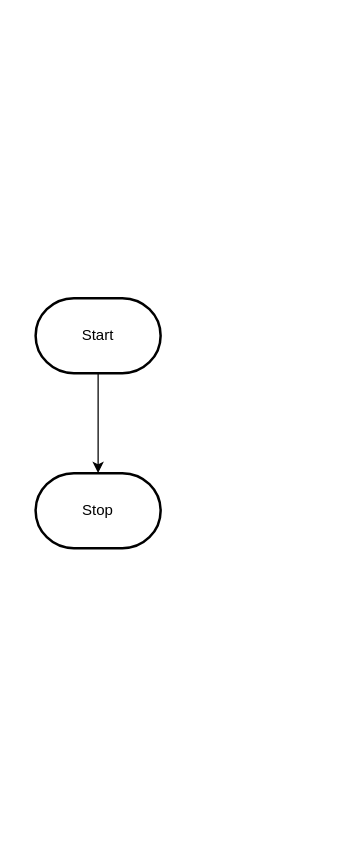
The draw.io diagram design/flowchart.drawio in MTHS-ICD2O-1-2023/ICD2O-Unit-6-02-Julianne-Leblanc-Peltier, before the edit. Source tidied: cells renumbered, new cells numbered last; positions are measured from the earlier drawing's top-left corner, leaving out a move shared by most shapes. Both pictures are drawn from the tidied source at 125%, with x=0, y=0 at pixel (35, 298).
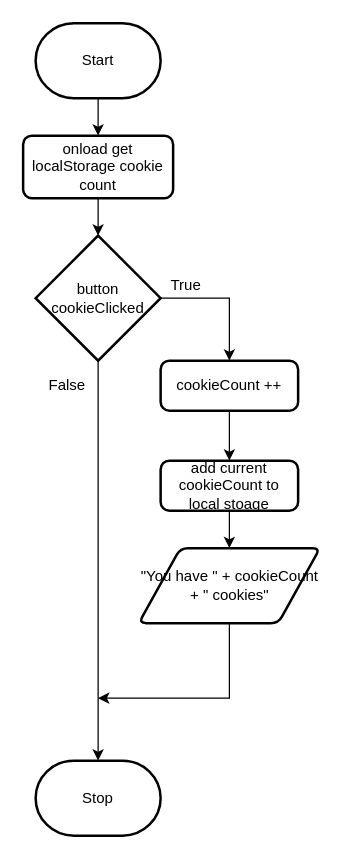
The same page after the edit.

Commit message (it also covers changes not shown here):
added flowchart and storyboard

What changed in the source:
```diff
@@
-    <mxCell id="2" style="edgeStyle=orthogonalEdgeStyle;html=1;rounded=0;" parent="1" edge="1" source="3" target="4">
-      <mxGeometry relative="1" as="geometry" />
-    </mxCell>
+    <mxCell id="5" style="edgeStyle=none;html=1;exitX=0.5;exitY=1;exitDx=0;exitDy=0;exitPerimeter=0;entryX=0.5;entryY=0;entryDx=0;entryDy=0;" parent="1" edge="1" source="3" target="7">
+      <mxGeometry relative="1" as="geometry" />
+    </mxCell>
     <mxCell id="3" value="Start" style="strokeWidth=2;html=1;shape=mxgraph.flowchart.terminator;whiteSpace=wrap;" parent="1" vertex="1">
-      <mxGeometry width="100" height="60" as="geometry" />
+      <mxGeometry y="-220" width="100" height="60" as="geometry" />
     </mxCell>
     <mxCell id="4" value="Stop" style="strokeWidth=2;html=1;shape=mxgraph.flowchart.terminator;whiteSpace=wrap;" parent="1" vertex="1">
-      <mxGeometry y="140" width="100" height="60" as="geometry" />
+      <mxGeometry y="370" width="100" height="60" as="geometry" />
     </mxCell>
+    <mxCell id="6" style="edgeStyle=none;html=1;exitX=0.5;exitY=1;exitDx=0;exitDy=0;entryX=0.5;entryY=0;entryDx=0;entryDy=0;entryPerimeter=0;" parent="1" edge="1" source="7" target="10">
+      <mxGeometry relative="1" as="geometry" />
+    </mxCell>
+    <mxCell id="7" value="onload get localStorage cookie count" style="rounded=1;whiteSpace=wrap;html=1;absoluteArcSize=1;arcSize=14;strokeWidth=2;" parent="1" vertex="1">
+      <mxGeometry x="-10" y="-130" width="120" height="50" as="geometry" />
+    </mxCell>
+    <mxCell id="8" style="edgeStyle=none;html=1;exitX=0.5;exitY=1;exitDx=0;exitDy=0;exitPerimeter=0;entryX=0.5;entryY=0;entryDx=0;entryDy=0;entryPerimeter=0;" parent="1" edge="1" source="10" target="4">
+      <mxGeometry relative="1" as="geometry" />
+    </mxCell>
+    <mxCell id="9" style="edgeStyle=none;html=1;exitX=1;exitY=0.5;exitDx=0;exitDy=0;exitPerimeter=0;entryX=0.5;entryY=0;entryDx=0;entryDy=0;rounded=0;" parent="1" edge="1" source="10" target="12">
+      <mxGeometry relative="1" as="geometry">
+        <Array as="points">
+          <mxPoint x="155" />
+        </Array>
+      </mxGeometry>
+    </mxCell>
+    <mxCell id="10" value="button cookieClicked" style="strokeWidth=2;html=1;shape=mxgraph.flowchart.decision;whiteSpace=wrap;" parent="1" vertex="1">
+      <mxGeometry y="-50" width="100" height="100" as="geometry" />
+    </mxCell>
+    <mxCell id="11" style="edgeStyle=none;rounded=0;html=1;exitX=0.5;exitY=1;exitDx=0;exitDy=0;entryX=0.5;entryY=0;entryDx=0;entryDy=0;" parent="1" edge="1" source="12" target="14">
+      <mxGeometry relative="1" as="geometry" />
+    </mxCell>
+    <mxCell id="12" value="cookieCount ++" style="rounded=1;whiteSpace=wrap;html=1;absoluteArcSize=1;arcSize=14;strokeWidth=2;" parent="1" vertex="1">
+      <mxGeometry x="100" y="50" width="110" height="40" as="geometry" />
+    </mxCell>
+    <mxCell id="13" style="edgeStyle=none;rounded=0;html=1;exitX=0.5;exitY=1;exitDx=0;exitDy=0;entryX=0.5;entryY=0;entryDx=0;entryDy=0;" parent="1" edge="1" source="14" target="16">
+      <mxGeometry relative="1" as="geometry" />
+    </mxCell>
+    <mxCell id="14" value="add current cookieCount to local stoage" style="rounded=1;whiteSpace=wrap;html=1;absoluteArcSize=1;arcSize=14;strokeWidth=2;" parent="1" vertex="1">
+      <mxGeometry x="100" y="130" width="110" height="40" as="geometry" />
+    </mxCell>
+    <mxCell id="15" style="edgeStyle=none;rounded=0;html=1;exitX=0.5;exitY=1;exitDx=0;exitDy=0;" parent="1" edge="1" source="16">
+      <mxGeometry relative="1" as="geometry">
+        <mxPoint x="50" y="320" as="targetPoint" />
+        <Array as="points">
+          <mxPoint x="155" y="320" />
+        </Array>
+      </mxGeometry>
+    </mxCell>
+    <mxCell id="16" value="&quot;You have &quot; + cookieCount + &quot; cookies&quot;" style="shape=parallelogram;html=1;strokeWidth=2;perimeter=parallelogramPerimeter;whiteSpace=wrap;rounded=1;arcSize=12;size=0.23;" parent="1" vertex="1">
+      <mxGeometry x="82.5" y="200" width="145" height="60" as="geometry" />
+    </mxCell>
+    <mxCell id="17" value="True" style="text;html=1;align=center;verticalAlign=middle;strokeColor=none;fillColor=none;" parent="1" vertex="1">
+      <mxGeometry x="95" y="-25" width="50" height="30" as="geometry" />
+    </mxCell>
+    <mxCell id="18" value="False" style="text;html=1;align=center;verticalAlign=middle;strokeColor=none;fillColor=none;" parent="1" vertex="1">
+      <mxGeometry y="55" width="50" height="30" as="geometry" />
+    </mxCell>
```
